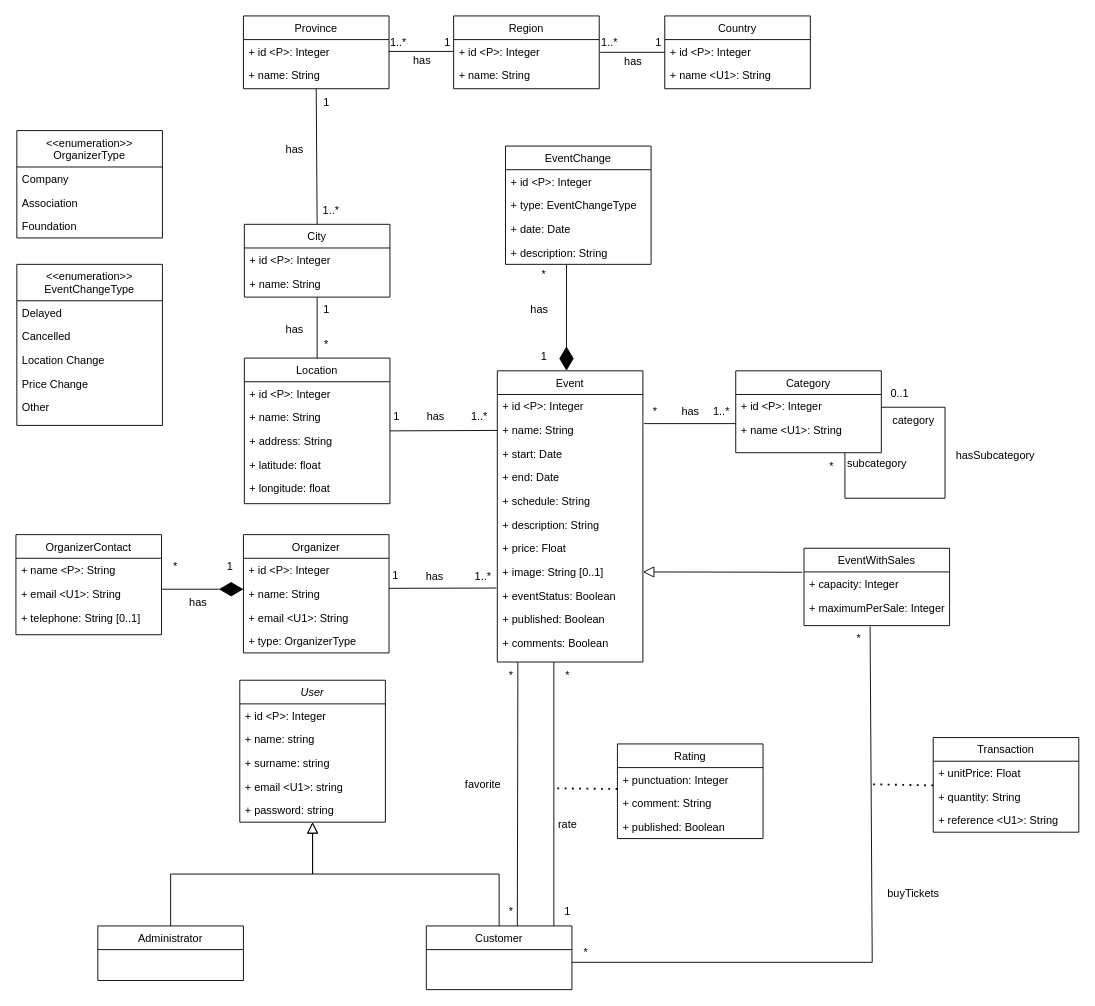
Earlier version of the draw.io diagram diagrams/conceptual-diagram.drawio (danielpilot/event-database). Source tidied: cells renumbered, new cells numbered last; positions are measured from the earlier drawing's top-left corner, leaving out a move shared by most shapes. Both pictures are drawn from the tidied source at 91%, with x=0, y=0 at pixel (15, 15).
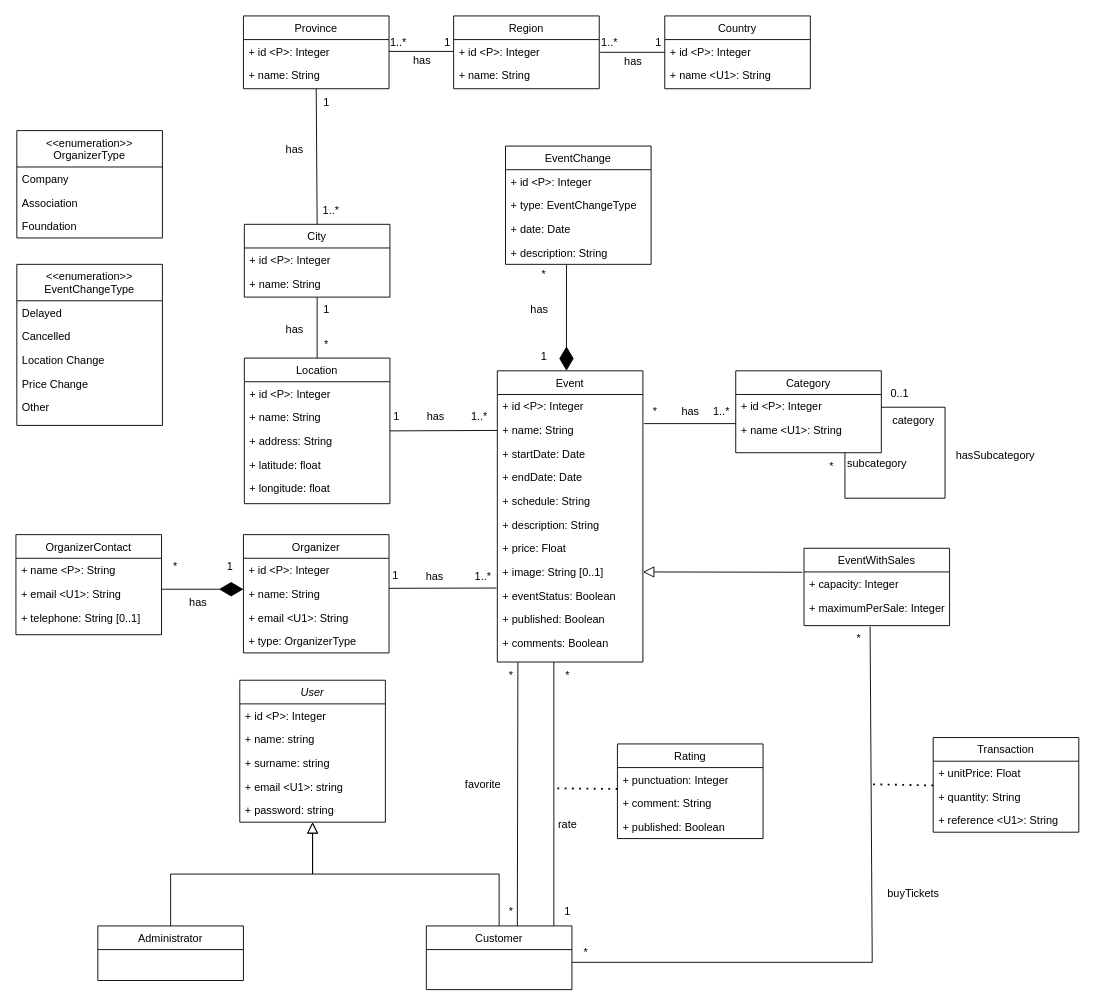
The same diagram, later.

Commit message:
Update start and end date names in conceptual diagram

The change refers to these unchanged cells:
```xml
<mxCell id="12" value="Event" style="swimlane;fontStyle=0;align=center;verticalAlign=top;horizontal=1;startSize=26;rounded=0;shadow=0;strokeWidth=1;" parent="1" vertex="1">
  <mxGeometry x="529" y="390" width="160" height="320" as="geometry" />
</mxCell>
```

Diff of the diagram source:
```diff
@@
-    <mxCell id="15" value="+ start: Date" style="text;align=left;verticalAlign=top;spacingLeft=4;spacingRight=4;overflow=hidden;rounded=0;shadow=0;html=0;" parent="12" vertex="1">
+    <mxCell id="15" value="+ startDate: Date" style="text;align=left;verticalAlign=top;spacingLeft=4;spacingRight=4;overflow=hidden;rounded=0;shadow=0;html=0;" parent="12" vertex="1">
       <mxGeometry y="78" width="160" height="26" as="geometry" />
     </mxCell>
-    <mxCell id="16" value="+ end: Date" style="text;align=left;verticalAlign=top;spacingLeft=4;spacingRight=4;overflow=hidden;rounded=0;shadow=0;html=0;" parent="12" vertex="1">
+    <mxCell id="16" value="+ endDate: Date" style="text;align=left;verticalAlign=top;spacingLeft=4;spacingRight=4;overflow=hidden;rounded=0;shadow=0;html=0;" parent="12" vertex="1">
       <mxGeometry y="104" width="160" height="26" as="geometry" />
     </mxCell>
```
